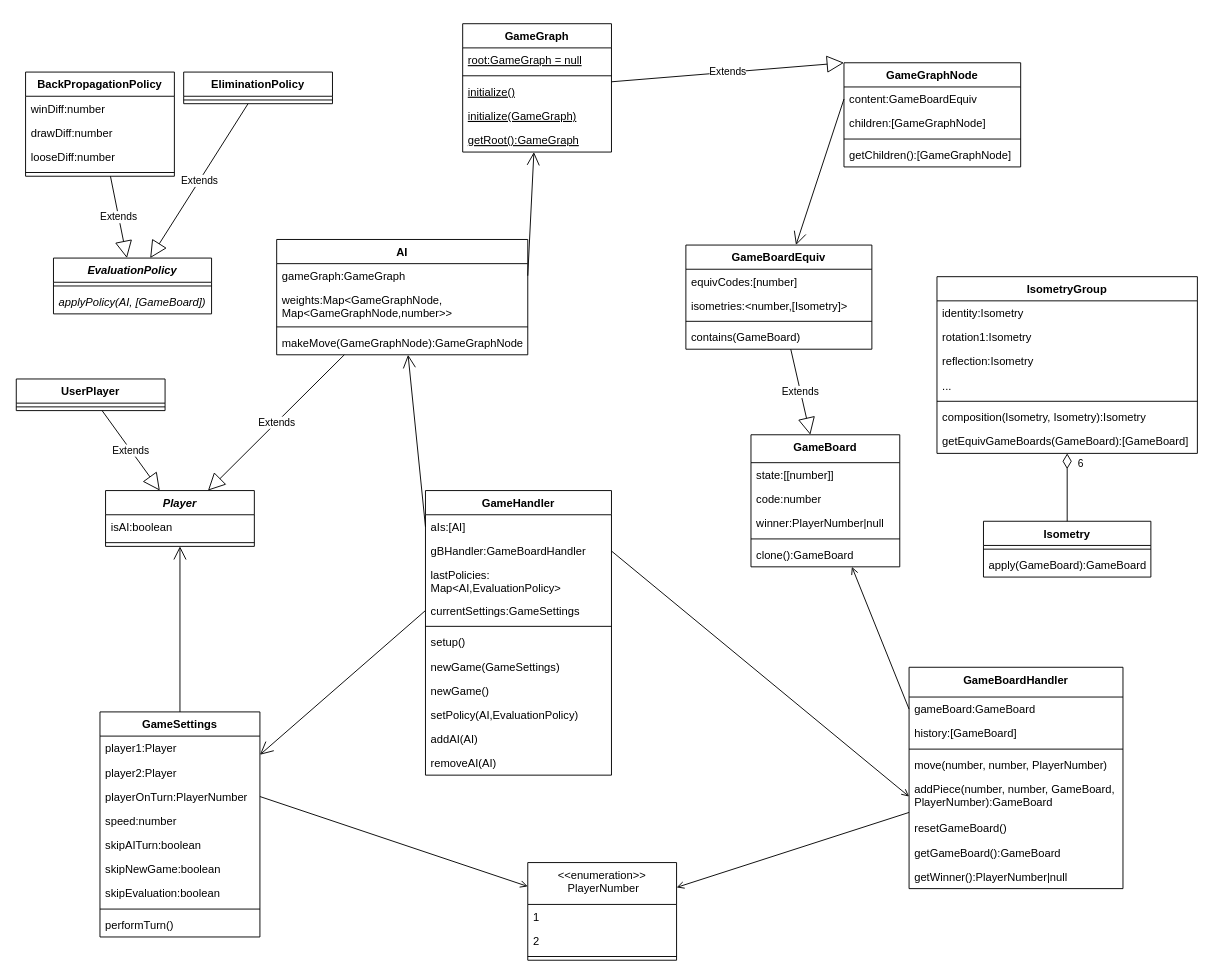
Earlier version of the draw.io diagram ProductBacklog/Klassendiagramme/Planung.drawio (idlaviV/TIKTacToe). Source tidied: cells renumbered, new cells numbered last; positions are measured from the earlier drawing's top-left corner, leaving out a move shared by most shapes. Both pictures are drawn from the tidied source at 93%, with x=0, y=0 at pixel (16, 23).
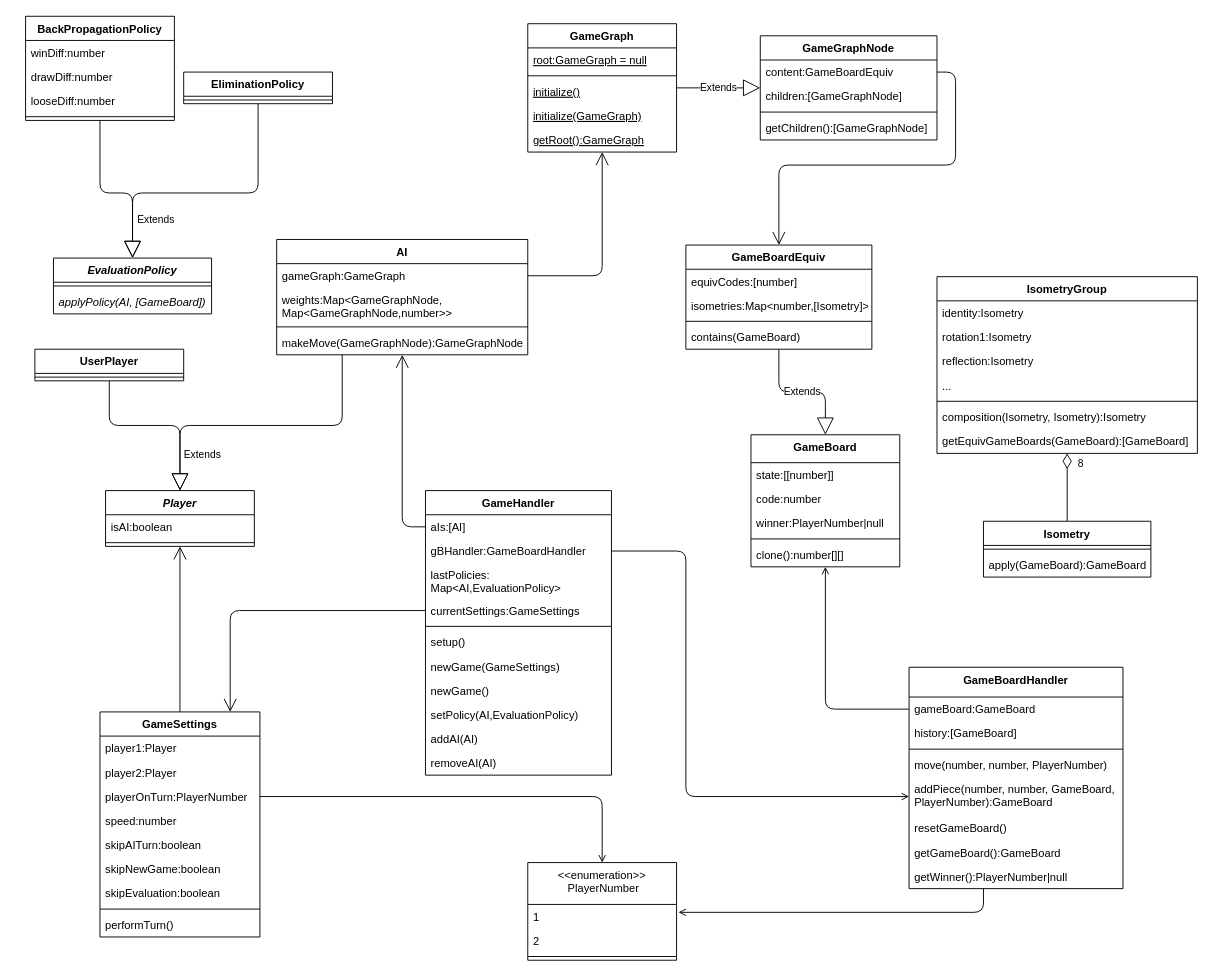
After the change.

Commit message (it also covers changes not shown here):
Klassendiagramme aufgehübscht (Pfeile sind jetzt besser)

The change refers to these unchanged cells:
```xml
<mxCell id="2" value="GameBoard" style="swimlane;fontStyle=1;align=center;verticalAlign=top;horizontal=1;startSize=30;rounded=0;shadow=0;strokeWidth=1;" parent="1" vertex="1">
  <mxGeometry x="790" y="442" width="160" height="142" as="geometry" />
</mxCell>
<mxCell id="9" value="GameBoardHandler" style="swimlane;fontStyle=1;align=center;verticalAlign=top;horizontal=1;startSize=32;rounded=0;shadow=0;strokeWidth=1;" parent="1" vertex="1">
  <mxGeometry x="960" y="692" width="230" height="238" as="geometry" />
</mxCell>
<mxCell id="10" value="gameBoard:GameBoard" style="text;align=left;verticalAlign=top;spacingLeft=4;spacingRight=4;overflow=hidden;points=[[0,0.5],[1,0.5]];portConstraint=eastwest;" parent="9" vertex="1">
  <mxGeometry y="32" width="230" height="26" as="geometry" />
</mxCell>
<mxCell id="14" value="addPiece(number, number, GameBoard, &#10;PlayerNumber):GameBoard" style="text;strokeColor=none;fillColor=none;align=left;verticalAlign=top;spacingLeft=4;spacingRight=4;overflow=hidden;points=[[0,0.5],[1,0.5]];portConstraint=eastwest;" parent="9" vertex="1">
  <mxGeometry y="118" width="230" height="42" as="geometry" />
</mxCell>
<mxCell id="18" value="&lt;&lt;enumeration&gt;&gt;&#10; PlayerNumber" style="swimlane;fontStyle=0;align=center;verticalAlign=top;horizontal=1;startSize=45;rounded=0;shadow=0;strokeWidth=1;" parent="1" vertex="1">
  <mxGeometry x="550" y="902" width="160" height="105" as="geometry" />
</mxCell>
<mxCell id="25" value="content:GameBoardEquiv" style="text;strokeColor=none;fillColor=none;align=left;verticalAlign=top;spacingLeft=4;spacingRight=4;overflow=hidden;points=[[0,0.5],[1,0.5]];portConstraint=eastwest;" parent="24" vertex="1">
  <mxGeometry y="26" width="190" height="26" as="geometry" />
</mxCell>
<mxCell id="29" value="GameBoardEquiv" style="swimlane;fontStyle=1;align=center;verticalAlign=top;horizontal=1;startSize=26;" parent="1" vertex="1">
  <mxGeometry x="720" y="238" width="200" height="112" as="geometry" />
</mxCell>
<mxCell id="35" value="IsometryGroup" style="swimlane;fontStyle=1;align=center;verticalAlign=top;horizontal=1;startSize=26;" parent="1" vertex="1">
  <mxGeometry x="990" y="272" width="280" height="190" as="geometry" />
</mxCell>
<mxCell id="43" value="Isometry" style="swimlane;fontStyle=1;align=center;verticalAlign=top;horizontal=1;startSize=26;" parent="1" vertex="1">
  <mxGeometry x="1040" y="535" width="180" height="60" as="geometry" />
</mxCell>
<mxCell id="55" value="AI" style="swimlane;fontStyle=1;align=center;verticalAlign=top;horizontal=1;startSize=26;" parent="1" vertex="1">
  <mxGeometry x="280" y="232" width="270" height="124" as="geometry" />
</mxCell>
<mxCell id="56" value="gameGraph:GameGraph" style="text;strokeColor=none;fillColor=none;align=left;verticalAlign=top;spacingLeft=4;spacingRight=4;overflow=hidden;points=[[0,0.5],[1,0.5]];portConstraint=eastwest;" parent="55" vertex="1">
  <mxGeometry y="26" width="270" height="26" as="geometry" />
</mxCell>
<mxCell id="59" value="makeMove(GameGraphNode):GameGraphNode" style="text;strokeColor=none;fillColor=none;align=left;verticalAlign=top;spacingLeft=4;spacingRight=4;overflow=hidden;points=[[0,0.5],[1,0.5]];portConstraint=eastwest;" parent="55" vertex="1">
  <mxGeometry y="98" width="270" height="26" as="geometry" />
</mxCell>
<mxCell id="61" value="EvaluationPolicy" style="swimlane;fontStyle=3;align=center;verticalAlign=top;horizontal=1;startSize=26;" parent="1" vertex="1">
  <mxGeometry x="40" y="252" width="170" height="60" as="geometry" />
</mxCell>
<mxCell id="64" value="EliminationPolicy" style="swimlane;fontStyle=1;align=center;verticalAlign=top;horizontal=1;startSize=26;" parent="1" vertex="1">
  <mxGeometry x="180" y="52" width="160" height="34" as="geometry" />
</mxCell>
<mxCell id="73" value="GameSettings" style="swimlane;fontStyle=1;align=center;verticalAlign=top;horizontal=1;startSize=26;" parent="1" vertex="1">
  <mxGeometry x="90" y="740" width="172" height="242" as="geometry" />
</mxCell>
<mxCell id="76" value="playerOnTurn:PlayerNumber" style="text;strokeColor=none;fillColor=none;align=left;verticalAlign=top;spacingLeft=4;spacingRight=4;overflow=hidden;points=[[0,0.5],[1,0.5]];portConstraint=eastwest;" parent="73" vertex="1">
  <mxGeometry y="78" width="172" height="26" as="geometry" />
</mxCell>
<mxCell id="83" value="Player" style="swimlane;fontStyle=3;align=center;verticalAlign=top;horizontal=1;startSize=26;" parent="1" vertex="1">
  <mxGeometry x="96" y="502" width="160" height="60" as="geometry" />
</mxCell>
<mxCell id="92" value="aIs:[AI]" style="text;strokeColor=none;fillColor=none;align=left;verticalAlign=top;spacingLeft=4;spacingRight=4;overflow=hidden;points=[[0,0.5],[1,0.5]];portConstraint=eastwest;" parent="91" vertex="1">
  <mxGeometry y="26" width="200" height="26" as="geometry" />
</mxCell>
<mxCell id="93" value="gBHandler:GameBoardHandler" style="text;strokeColor=none;fillColor=none;align=left;verticalAlign=top;spacingLeft=4;spacingRight=4;overflow=hidden;points=[[0,0.5],[1,0.5]];portConstraint=eastwest;" parent="91" vertex="1">
  <mxGeometry y="52" width="200" height="26" as="geometry" />
</mxCell>
<mxCell id="95" value="currentSettings:GameSettings" style="text;strokeColor=none;fillColor=none;align=left;verticalAlign=top;spacingLeft=4;spacingRight=4;overflow=hidden;points=[[0,0.5],[1,0.5]];portConstraint=eastwest;" parent="91" vertex="1">
  <mxGeometry y="116" width="200" height="26" as="geometry" />
</mxCell>
```

The edit, as a diff of the source:
```diff
@@
-    <mxCell id="7" value="clone():GameBoard" style="text;align=left;verticalAlign=top;spacingLeft=4;spacingRight=4;overflow=hidden;fontStyle=0;" parent="2" vertex="1">
+    <mxCell id="7" value="clone():number[][]" style="text;align=left;verticalAlign=top;spacingLeft=4;spacingRight=4;overflow=hidden;fontStyle=0;" parent="2" vertex="1">
       <mxGeometry y="116" width="160" height="26" as="geometry" />
     </mxCell>
-    <mxCell id="8" style="edgeStyle=none;html=1;startArrow=open;startFill=0;endArrow=none;endFill=0;entryX=1;entryY=0.5;entryDx=0;entryDy=0;exitX=0;exitY=0.5;exitDx=0;exitDy=0;" parent="1" edge="1" source="14" target="93">
-      <mxGeometry relative="1" as="geometry" />
+    <mxCell id="8" style="html=1;startArrow=open;startFill=0;endArrow=none;endFill=0;entryX=1;entryY=0.5;entryDx=0;entryDy=0;edgeStyle=orthogonalEdgeStyle;" parent="1" edge="1" source="9" target="93">
+      <mxGeometry relative="1" as="geometry">
+        <Array as="points">
+          <mxPoint x="720" y="831" />
+          <mxPoint x="720" y="567" />
+        </Array>
+      </mxGeometry>
     </mxCell>
@@
-    <mxCell id="22" style="endArrow=none;html=1;entryX=0;entryY=0.5;entryDx=0;entryDy=0;startArrow=open;startFill=0;" parent="1" edge="1" source="2" target="10">
+    <mxCell id="22" style="endArrow=none;html=1;entryX=0;entryY=0.5;entryDx=0;entryDy=0;startArrow=open;startFill=0;edgeStyle=orthogonalEdgeStyle;" parent="1" edge="1" source="2" target="10">
       <mxGeometry relative="1" as="geometry" />
     </mxCell>
-    <mxCell id="23" style="endArrow=none;html=1;endFill=0;startArrow=open;startFill=0;" parent="1" edge="1" source="18" target="9">
-      <mxGeometry relative="1" as="geometry" />
+    <mxCell id="23" style="endArrow=none;html=1;endFill=0;startArrow=open;startFill=0;edgeStyle=orthogonalEdgeStyle;" parent="1" edge="1" target="9">
+      <mxGeometry relative="1" as="geometry">
+        <mxPoint x="712" y="955.5" as="sourcePoint" />
+        <Array as="points">
+          <mxPoint x="1040" y="956" />
+        </Array>
+      </mxGeometry>
     </mxCell>
     <mxCell id="24" value="GameGraphNode" style="swimlane;fontStyle=1;align=center;verticalAlign=top;horizontal=1;startSize=26;" parent="1" vertex="1">
-      <mxGeometry x="890" y="42" width="190" height="112" as="geometry" />
+      <mxGeometry x="800" y="13" width="190" height="112" as="geometry" />
     </mxCell>
@@
-    <mxCell id="31" value="isometries:&lt;number,[Isometry]&gt;" style="text;strokeColor=none;fillColor=none;align=left;verticalAlign=top;spacingLeft=4;spacingRight=4;overflow=hidden;" parent="29" vertex="1">
+    <mxCell id="31" value="isometries:Map&lt;number,[Isometry]&gt;" style="text;strokeColor=none;fillColor=none;align=left;verticalAlign=top;spacingLeft=4;spacingRight=4;overflow=hidden;" parent="29" vertex="1">
       <mxGeometry y="52" width="200" height="26" as="geometry" />
     </mxCell>
@@
-    <mxCell id="34" value="Extends" style="endArrow=block;endSize=16;endFill=0;html=1;" parent="1" edge="1" source="29" target="2">
+    <mxCell id="34" value="Extends" style="endArrow=block;endSize=16;endFill=0;html=1;edgeStyle=orthogonalEdgeStyle;" parent="1" edge="1" source="29" target="2">
       <mxGeometry relative="1" as="geometry" />
     </mxCell>
@@
-    <mxCell id="46" value="6" style="endArrow=none;html=1;endSize=12;startArrow=diamondThin;startSize=14;startFill=0;edgeStyle=orthogonalEdgeStyle;align=left;verticalAlign=bottom;endFill=0;" parent="1" edge="1" source="35" target="43">
+    <mxCell id="46" value="8" style="endArrow=none;html=1;endSize=12;startArrow=diamondThin;startSize=14;startFill=0;edgeStyle=orthogonalEdgeStyle;align=left;verticalAlign=bottom;endFill=0;" parent="1" edge="1" source="35" target="43">
       <mxGeometry x="-0.45" y="10" relative="1" as="geometry" />
     </mxCell>
-    <mxCell id="47" style="endArrow=open;endFill=1;endSize=12;html=1;exitX=0;exitY=0.5;exitDx=0;exitDy=0;" parent="1" edge="1" source="25" target="29">
-      <mxGeometry relative="1" as="geometry" />
+    <mxCell id="47" style="endArrow=open;endFill=1;endSize=12;html=1;exitX=1;exitY=0.5;exitDx=0;exitDy=0;edgeStyle=orthogonalEdgeStyle;" parent="1" edge="1" source="25" target="29">
+      <mxGeometry relative="1" as="geometry">
+        <Array as="points">
+          <mxPoint x="1010" y="52" />
+          <mxPoint x="1010" y="152" />
+          <mxPoint x="820" y="152" />
+        </Array>
+      </mxGeometry>
     </mxCell>
     <mxCell id="48" value="GameGraph" style="swimlane;fontStyle=1;align=center;verticalAlign=top;horizontal=1;startSize=26;" parent="1" vertex="1">
-      <mxGeometry x="480" width="160" height="138" as="geometry" />
+      <mxGeometry x="550" width="160" height="138" as="geometry" />
     </mxCell>
@@
-    <mxCell id="54" value="Extends" style="endArrow=block;endSize=16;endFill=0;html=1;entryX=0;entryY=0;entryDx=0;entryDy=0;" parent="1" edge="1" source="48" target="24">
+    <mxCell id="54" value="Extends" style="endArrow=block;endSize=16;endFill=0;html=1;edgeStyle=orthogonalEdgeStyle;" parent="1" edge="1" source="48" target="24">
       <mxGeometry relative="1" as="geometry" />
     </mxCell>
@@
-    <mxCell id="60" style="endArrow=open;endFill=1;endSize=12;html=1;exitX=1;exitY=0.5;exitDx=0;exitDy=0;" parent="1" edge="1" source="56" target="48">
-      <mxGeometry relative="1" as="geometry" />
+    <mxCell id="60" style="endArrow=open;endFill=1;endSize=12;html=1;exitX=1;exitY=0.5;exitDx=0;exitDy=0;edgeStyle=orthogonalEdgeStyle;" parent="1" edge="1" source="56" target="48">
+      <mxGeometry relative="1" as="geometry">
+        <Array as="points">
+          <mxPoint x="630" y="271" />
+        </Array>
+      </mxGeometry>
     </mxCell>
@@
-    <mxCell id="66" value="Extends" style="endArrow=block;endSize=16;endFill=0;html=1;" parent="1" edge="1" source="64" target="61">
-      <mxGeometry relative="1" as="geometry" />
-    </mxCell>
     <mxCell id="67" value="BackPropagationPolicy" style="swimlane;fontStyle=1;align=center;verticalAlign=top;horizontal=1;startSize=26;" parent="1" vertex="1">
-      <mxGeometry x="10" y="52" width="160" height="112" as="geometry" />
+      <mxGeometry x="10" y="-8" width="160" height="112" as="geometry" />
     </mxCell>
@@
+    <mxCell id="66" value="Extends" style="endArrow=block;endSize=16;endFill=0;html=1;edgeStyle=orthogonalEdgeStyle;elbow=vertical;" parent="1" edge="1" source="64" target="61">
+      <mxGeometry x="0.73" y="25" relative="1" as="geometry">
+        <Array as="points">
+          <mxPoint x="260" y="182" />
+          <mxPoint x="125" y="182" />
+        </Array>
+      </mxGeometry>
+    </mxCell>
-    <mxCell id="72" value="Extends" style="endArrow=block;endSize=16;endFill=0;html=1;" parent="1" edge="1" source="67" target="61">
-      <mxGeometry relative="1" as="geometry" />
+    <mxCell id="72" style="endArrow=block;endSize=16;endFill=0;html=1;edgeStyle=orthogonalEdgeStyle;elbow=vertical;" parent="1" edge="1" source="67" target="61">
+      <mxGeometry x="-0.26" y="-20" relative="1" as="geometry">
+        <Array as="points">
+          <mxPoint x="90" y="182" />
+          <mxPoint x="125" y="182" />
+        </Array>
+      </mxGeometry>
     </mxCell>
@@
-    <mxCell id="86" value="Extends" style="endArrow=block;endSize=16;endFill=0;html=1;" parent="1" edge="1" source="55" target="83">
-      <mxGeometry relative="1" as="geometry" />
+    <mxCell id="86" value="Extends" style="endArrow=block;endSize=16;endFill=0;html=1;edgeStyle=orthogonalEdgeStyle;elbow=vertical;exitX=0.261;exitY=0.994;exitDx=0;exitDy=0;exitPerimeter=0;" parent="1" edge="1" source="59" target="83">
+      <mxGeometry x="0.75" y="24" relative="1" as="geometry">
+        <Array as="points">
+          <mxPoint x="351" y="432" />
+          <mxPoint x="176" y="432" />
+        </Array>
+        <mxPoint y="1" as="offset" />
+      </mxGeometry>
     </mxCell>
-    <mxCell id="87" style="endArrow=open;endFill=1;endSize=12;html=1;exitX=0;exitY=0.5;exitDx=0;exitDy=0;" parent="1" edge="1" source="92" target="55">
+    <mxCell id="87" style="endArrow=open;endFill=1;endSize=12;html=1;exitX=0;exitY=0.5;exitDx=0;exitDy=0;edgeStyle=orthogonalEdgeStyle;" parent="1" edge="1" source="92" target="55">
       <mxGeometry relative="1" as="geometry" />
     </mxCell>
@@
-    <mxCell id="89" style="edgeStyle=none;html=1;startArrow=open;startFill=0;endArrow=none;endFill=0;entryX=1;entryY=0.5;entryDx=0;entryDy=0;" parent="1" edge="1" source="18" target="76">
+    <mxCell id="89" style="edgeStyle=orthogonalEdgeStyle;html=1;startArrow=open;startFill=0;endArrow=none;endFill=0;entryX=1;entryY=0.5;entryDx=0;entryDy=0;" parent="1" edge="1" source="18" target="76">
       <mxGeometry relative="1" as="geometry" />
     </mxCell>
-    <mxCell id="90" style="endArrow=open;endFill=1;endSize=12;html=1;exitX=0;exitY=0.5;exitDx=0;exitDy=0;" parent="1" edge="1" source="95" target="73">
-      <mxGeometry relative="1" as="geometry" />
+    <mxCell id="90" style="endArrow=open;endFill=1;endSize=12;html=1;exitX=0;exitY=0.5;exitDx=0;exitDy=0;edgeStyle=orthogonalEdgeStyle;" parent="1" edge="1" source="95" target="73">
+      <mxGeometry relative="1" as="geometry">
+        <Array as="points">
+          <mxPoint x="230" y="631" />
+        </Array>
+      </mxGeometry>
     </mxCell>
@@
     <mxCell id="103" value="UserPlayer" style="swimlane;fontStyle=1;align=center;verticalAlign=top;horizontal=1;startSize=26;labelBackgroundColor=none;fillStyle=auto;" parent="1" vertex="1">
-      <mxGeometry y="382" width="160" height="34" as="geometry" />
+      <mxGeometry x="20" y="350" width="160" height="34" as="geometry" />
     </mxCell>
@@
-    <mxCell id="105" value="Extends" style="endArrow=block;endSize=16;endFill=0;html=1;" parent="1" edge="1" source="103" target="83">
-      <mxGeometry relative="1" as="geometry" />
+    <mxCell id="105" style="endArrow=block;endSize=16;endFill=0;html=1;edgeStyle=orthogonalEdgeStyle;elbow=vertical;" parent="1" edge="1" source="103" target="83">
+      <mxGeometry relative="1" as="geometry">
+        <Array as="points">
+          <mxPoint x="100" y="432" />
+          <mxPoint x="176" y="432" />
+        </Array>
+      </mxGeometry>
     </mxCell>
```
